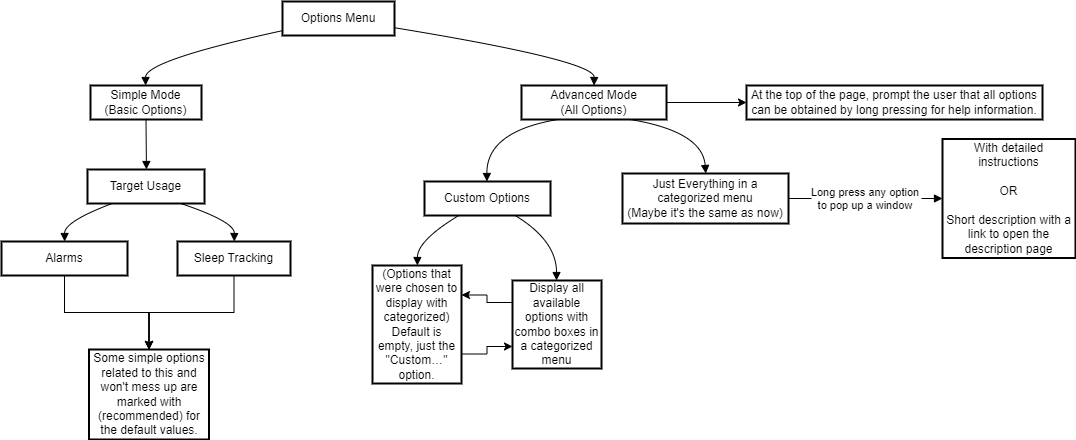
Above: Sleep as Android.drawio.png in Mishasama/draw.io (draw.io), before the change. Source tidied: cells renumbered, new cells last; positions are measured from the earlier drawing's top-left corner, leaving out a move shared by most shapes.
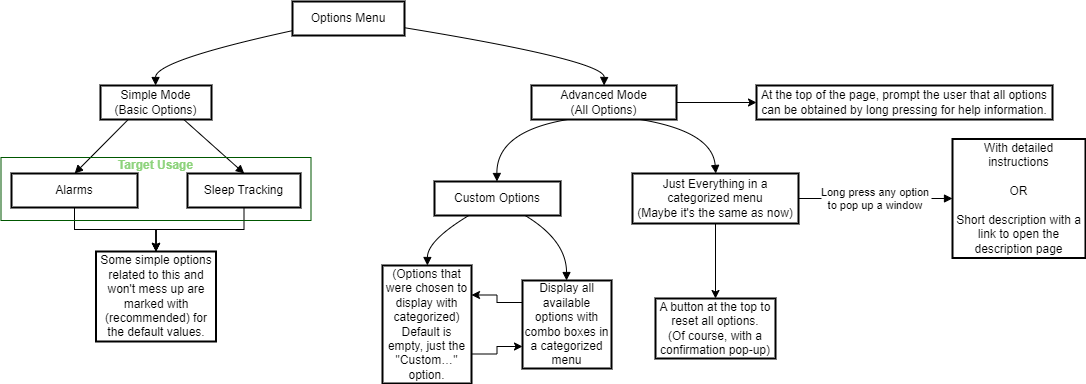
The same file after the commit.

Change to the diagram source:
```diff
@@ -14,12 +14,12 @@
     <mxCell id="5" value="Advanced Mode&#10;(All Options)" style="whiteSpace=wrap;strokeWidth=2;rounded=0;" parent="1" vertex="1">
       <mxGeometry x="520" y="84" width="145" height="34" as="geometry" />
     </mxCell>
-    <mxCell id="6" value="Target Usage" style="whiteSpace=wrap;strokeWidth=2;rounded=0;" parent="1" vertex="1">
-      <mxGeometry x="86" y="168" width="117" height="34" as="geometry" />
-    </mxCell>
     <mxCell id="7" value="Custom Options" style="whiteSpace=wrap;strokeWidth=2;rounded=0;" parent="1" vertex="1">
       <mxGeometry x="423" y="180" width="126" height="34" as="geometry" />
     </mxCell>
+    <mxCell id="32" style="edgeStyle=orthogonalEdgeStyle;rounded=0;jettySize=auto;html=1;" parent="1" edge="1" source="8" target="33">
+      <mxGeometry relative="1" as="geometry" />
+    </mxCell>
     <mxCell id="8" value="Just Everything in a categorized menu&#10;(Maybe it's the same as now)" style="whiteSpace=wrap;strokeWidth=2;rounded=0;" parent="1" vertex="1">
       <mxGeometry x="621" y="172" width="166" height="50" as="geometry" />
     </mxCell>
@@ -35,15 +35,9 @@
     <mxCell id="12" style="edgeStyle=orthogonalEdgeStyle;rounded=0;jettySize=auto;html=1;" parent="1" edge="1" source="13" target="30">
       <mxGeometry relative="1" as="geometry" />
     </mxCell>
-    <mxCell id="13" value="Alarms" style="whiteSpace=wrap;strokeWidth=2;rounded=0;" parent="1" vertex="1">
-      <mxGeometry y="240" width="126" height="34" as="geometry" />
-    </mxCell>
     <mxCell id="14" style="edgeStyle=orthogonalEdgeStyle;rounded=0;jettySize=auto;html=1;" parent="1" edge="1" source="15" target="30">
       <mxGeometry relative="1" as="geometry" />
     </mxCell>
-    <mxCell id="15" value="Sleep Tracking" style="whiteSpace=wrap;strokeWidth=2;rounded=0;" parent="1" vertex="1">
-      <mxGeometry x="176" y="240" width="113" height="34" as="geometry" />
-    </mxCell>
     <mxCell id="16" style="edgeStyle=orthogonalEdgeStyle;rounded=0;hachureGap=4;jettySize=auto;html=1;exitX=1;exitY=0.75;exitDx=0;exitDy=0;fontFamily=Architects Daughter;fontSource=https%3A%2F%2Ffonts.googleapis.com%2Fcss%3Ffamily%3DArchitects%2BDaughter;fontSize=16;entryX=0;entryY=0.75;entryDx=0;entryDy=0;" parent="1" edge="1" source="17" target="19">
       <mxGeometry relative="1" as="geometry" />
     </mxCell>
@@ -70,9 +64,6 @@
         </Array>
       </mxGeometry>
     </mxCell>
-    <mxCell id="22" style="curved=1;startArrow=none;endArrow=block;exitX=0.5;exitY=1;entryX=0.5037560096153846;entryY=0;rounded=0;exitDx=0;exitDy=0;" parent="1" edge="1" source="3" target="6">
-      <mxGeometry relative="1" as="geometry" />
-    </mxCell>
     <mxCell id="23" style="curved=1;startArrow=none;endArrow=block;exitX=0.25;exitY=1;entryX=0.4957062251984127;entryY=0;rounded=0;exitDx=0;exitDy=0;" parent="1" edge="1" source="5" target="7">
       <mxGeometry relative="1" as="geometry">
         <Array as="points">
@@ -90,19 +81,11 @@
     <mxCell id="25" value="Long press any option&#10;to pop up a window" style="curved=1;startArrow=none;endArrow=block;exitX=1;exitY=0.5;exitDx=0;exitDy=0;entryX=0;entryY=0.5;entryDx=0;entryDy=0;rounded=0;" parent="1" edge="1" source="8" target="9">
       <mxGeometry relative="1" as="geometry" />
     </mxCell>
-    <mxCell id="26" style="curved=1;startArrow=none;endArrow=block;exitX=0.2104076840404966;exitY=1;entryX=0.5011470734126984;entryY=0;rounded=0;" parent="1" edge="1" source="6" target="13">
-      <mxGeometry relative="1" as="geometry">
-        <Array as="points">
-          <mxPoint x="63" y="220" />
-        </Array>
-      </mxGeometry>
+    <mxCell id="26" style="curved=1;startArrow=none;endArrow=block;exitX=0.25;exitY=1;entryX=0.5011470734126984;entryY=0;rounded=0;exitDx=0;exitDy=0;" parent="1" edge="1" source="3" target="13">
+      <mxGeometry relative="1" as="geometry" />
     </mxCell>
-    <mxCell id="27" style="curved=1;startArrow=none;endArrow=block;exitX=0.7971043351902727;exitY=1;entryX=0.5020741150442478;entryY=0;rounded=0;" parent="1" edge="1" source="6" target="15">
-      <mxGeometry relative="1" as="geometry">
-        <Array as="points">
-          <mxPoint x="233" y="220" />
-        </Array>
-      </mxGeometry>
+    <mxCell id="27" style="curved=1;startArrow=none;endArrow=block;exitX=0.75;exitY=1;entryX=0.5020741150442478;entryY=0;rounded=0;exitDx=0;exitDy=0;" parent="1" edge="1" source="3" target="15">
+      <mxGeometry relative="1" as="geometry" />
     </mxCell>
     <mxCell id="28" style="curved=1;startArrow=none;endArrow=block;exitX=0.27220000413359774;exitY=1;entryX=0.5043012640449438;entryY=0;rounded=0;" parent="1" edge="1" source="7" target="17">
       <mxGeometry relative="1" as="geometry">
@@ -119,10 +102,22 @@
       </mxGeometry>
     </mxCell>
     <mxCell id="30" value="Some simple options related to this and won't mess up are marked with (recommended) for the default values." style="whiteSpace=wrap;html=1;strokeWidth=2;rounded=0;" parent="1" vertex="1">
-      <mxGeometry x="87.5" y="348" width="120" height="90" as="geometry" />
+      <mxGeometry x="84.5" y="250" width="120" height="90" as="geometry" />
     </mxCell>
     <mxCell id="31" value="At the top of the page, prompt the user that all options can be obtained by long pressing for help information." style="whiteSpace=wrap;strokeWidth=2;rounded=0;" parent="1" vertex="1">
       <mxGeometry x="745" y="84" width="296" height="34" as="geometry" />
     </mxCell>
+    <mxCell id="33" value="A button at the top to reset all options.&lt;br&gt;(Of course, with a confirmation pop-up)" style="whiteSpace=wrap;html=1;strokeWidth=2;rounded=0;" parent="1" vertex="1">
+      <mxGeometry x="644" y="297" width="120" height="60" as="geometry" />
+    </mxCell>
+    <mxCell id="6" value="&#10;Target Usage" style="swimlane;startSize=0;fillColor=#008a00;fontColor=#8dd37c;strokeColor=#005700;gradientColor=none;swimlaneFillColor=none;" parent="1" vertex="1">
+      <mxGeometry x="-10.5" y="156" width="310" height="63" as="geometry" />
+    </mxCell>
+    <mxCell id="13" value="Alarms" style="whiteSpace=wrap;strokeWidth=2;rounded=0;" parent="6" vertex="1">
+      <mxGeometry x="10.5" y="16" width="126" height="34" as="geometry" />
+    </mxCell>
+    <mxCell id="15" value="Sleep Tracking" style="whiteSpace=wrap;strokeWidth=2;rounded=0;" parent="6" vertex="1">
+      <mxGeometry x="186.5" y="16" width="113" height="34" as="geometry" />
+    </mxCell>
   </root>
 </mxGraphModel>
```
